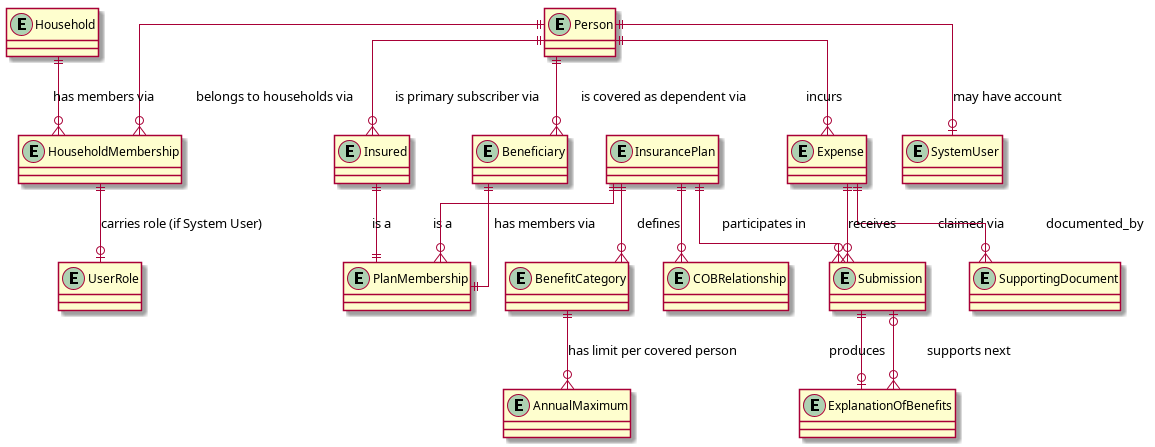
Earlier version of the PlantUML export docs/01-requirements/diagrams/domain-model.png (hallb/coordinate). Its diagram source:
```plantuml
@startuml diagrams/domain-model
skinparam linetype ortho

entity Person
entity Household
entity HouseholdMembership
entity UserRole
entity Insured
entity Beneficiary
entity PlanMembership
entity InsurancePlan
entity BenefitCategory
entity AnnualMaximum
entity COBRelationship
entity Expense
entity Submission
entity ExplanationOfBenefits
entity SupportingDocument
entity SystemUser

Person ||--o{ HouseholdMembership : "belongs to households via"
Household ||--o{ HouseholdMembership : "has members via"
HouseholdMembership ||--o| UserRole : "carries role (if System User)"
Person ||--o{ Insured : "is primary subscriber via"
Person ||--o{ Beneficiary : "is covered as dependent via"
Insured ||--|| PlanMembership : "is a"
Beneficiary ||--|| PlanMembership : "is a"
InsurancePlan ||--o{ PlanMembership : "has members via"
InsurancePlan ||--o{ BenefitCategory : defines
BenefitCategory ||--o{ AnnualMaximum : "has limit per covered person"
InsurancePlan ||--o{ COBRelationship : "participates in"
Person ||--o{ Expense : incurs
Expense ||--o{ Submission : "claimed via"
Submission ||--o| ExplanationOfBenefits : produces
ExplanationOfBenefits }o--o| Submission : "supports next"
Expense ||--o{ SupportingDocument : documented_by
InsurancePlan ||--o{ Submission : receives
Person ||--o| SystemUser : "may have account"
@enduml
```
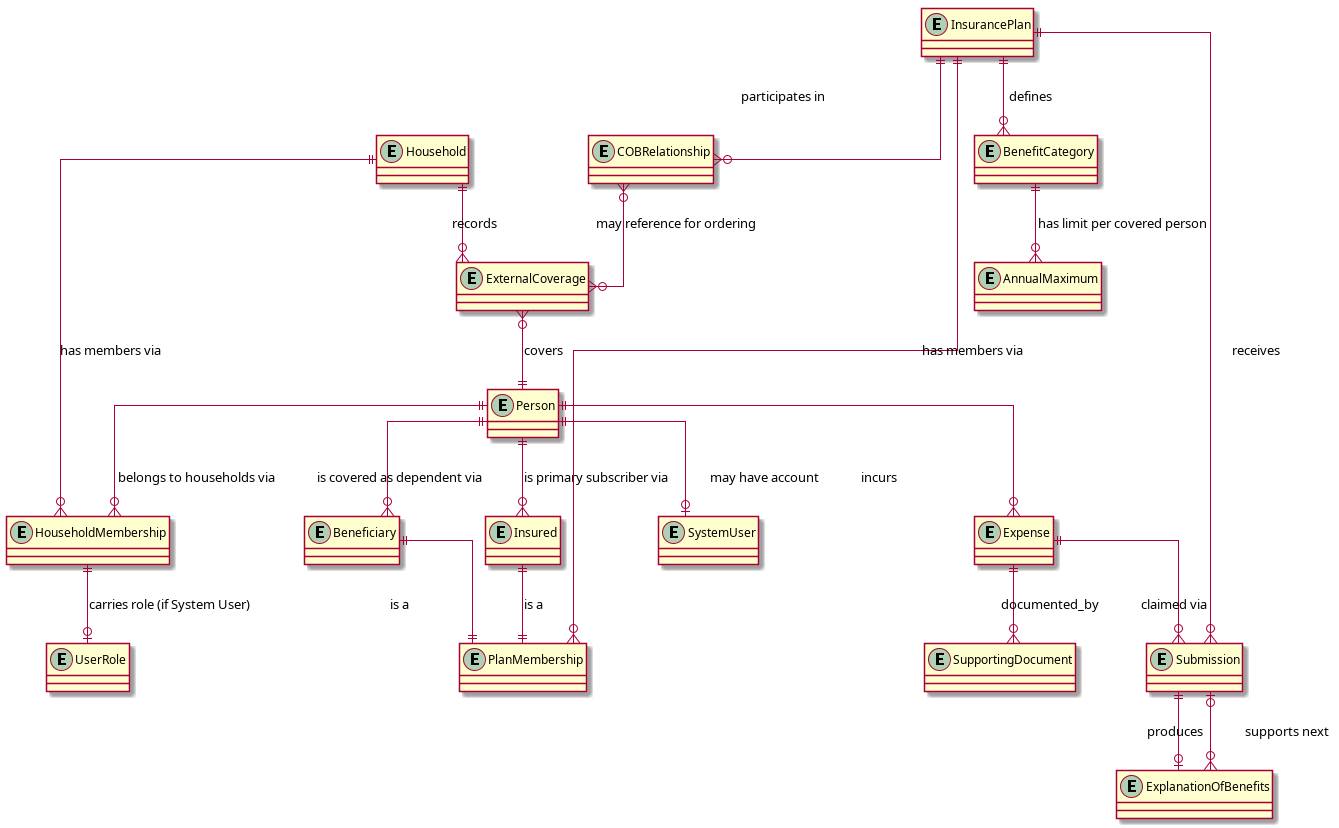
The same diagram one commit later.

The edit, as a diff of the source:
```diff
@@ -12,6 +12,7 @@
 entity BenefitCategory
 entity AnnualMaximum
 entity COBRelationship
+entity ExternalCoverage
 entity Expense
 entity Submission
 entity ExplanationOfBenefits
@@ -29,6 +30,9 @@
 InsurancePlan ||--o{ BenefitCategory : defines
 BenefitCategory ||--o{ AnnualMaximum : "has limit per covered person"
 InsurancePlan ||--o{ COBRelationship : "participates in"
+Household ||--o{ ExternalCoverage : "records"
+ExternalCoverage }o--|| Person : "covers"
+COBRelationship }o--o{ ExternalCoverage : "may reference for ordering"
 Person ||--o{ Expense : incurs
 Expense ||--o{ Submission : "claimed via"
 Submission ||--o| ExplanationOfBenefits : produces
```
